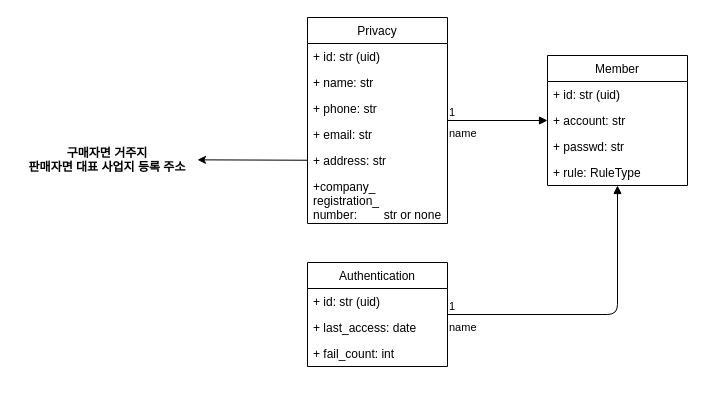
This is docs/domain-member-dto.drawio from CHWI-JI-JIG/Backend, a draw.io file, before an edit. Source tidied: cells renumbered, new cells numbered last; positions are measured from the earlier drawing's top-left corner, leaving out a move shared by most shapes. Both pictures are drawn from the tidied source at 100%, with x=0, y=0 at pixel (17, 17).
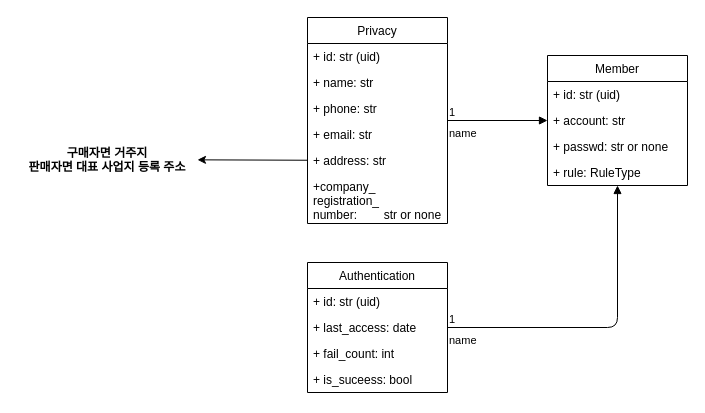
The same page after the edit.

The change refers to these unchanged cells:
```xml
<mxCell id="2" value="Member" style="swimlane;fontStyle=0;horizontal=1;startSize=26;fillColor=none;" parent="1" vertex="1">
  <mxGeometry x="530" y="38" width="140" height="130" as="geometry" />
</mxCell>
```

What changed in the source:
```diff
@@
-    <mxCell id="5" value="+ passwd: str" style="text;strokeColor=none;fillColor=none;align=left;verticalAlign=top;spacingLeft=4;spacingRight=4;overflow=hidden;" parent="2" vertex="1">
+    <mxCell id="5" value="+ passwd: str or none" style="text;strokeColor=none;fillColor=none;align=left;verticalAlign=top;spacingLeft=4;spacingRight=4;overflow=hidden;" parent="2" vertex="1">
       <mxGeometry y="78" width="140" height="26" as="geometry" />
     </mxCell>
@@
     <mxCell id="18" value="Authentication" style="swimlane;fontStyle=0;horizontal=1;startSize=26;fillColor=none;" parent="1" vertex="1">
-      <mxGeometry x="290" y="245" width="140" height="104" as="geometry" />
+      <mxGeometry x="290" y="245" width="140" height="130" as="geometry" />
     </mxCell>
@@
+    <mxCell id="24" value="+ is_suceess: bool" style="text;strokeColor=none;fillColor=none;align=left;verticalAlign=top;spacingLeft=4;spacingRight=4;overflow=hidden;" parent="18" vertex="1">
+      <mxGeometry y="104" width="140" height="26" as="geometry" />
+    </mxCell>
```
